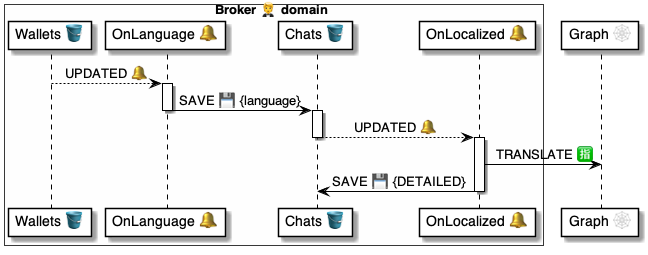
pollyweb-org/pollyweb-docs keeps this PlantUML diagram as 4 ⚙️ Solution/20 🧑‍🦰 UI/Brokers 🤵/🤵🪣 Broker tables/Chats 💬 table/🪣🔔 7 Localized/🤵 OnChatLocalized ⚙️ uml.png. Above is the earlier version. Its source is kept beside it as 4 ⚙️ Solution/20 🧑‍🦰 UI/Brokers 🤵/🤵🪣 Broker tables/Chats 💬 table/🪣🔔 7 Localized/🤵 OnChatLocalized ⚙️ uml.puml.
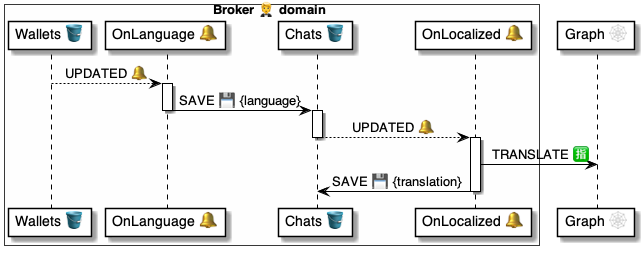
The same file after the commit.

Change to the diagram source:
```diff
@@ -21,7 +21,7 @@
 
 activate handler
     handler -> graph: TRANSLATE 🈯
-    handler -> chats: SAVE 💾 {DETAILED}
+    handler -> chats: SAVE 💾 {translation}
 deactivate handler
 
 
```
